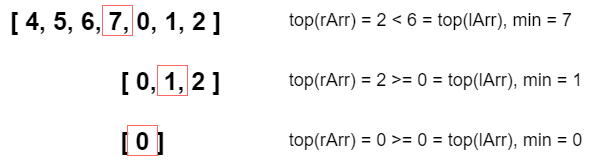
The draw.io diagram Python3/img/MinimumRotatedArr.png in ashiven/leetcode-solutions, before a commit. Source tidied: cells renumbered, new cells last; positions are measured from the earlier drawing's top-left corner, leaving out a move shared by most shapes.
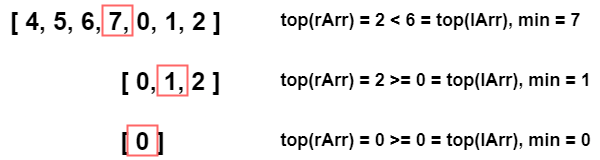
Later version of the same file.

Change to the diagram source:
```diff
@@ -2,35 +2,35 @@
   <root>
     <mxCell id="0" />
     <mxCell id="1" parent="0" />
-    <mxCell id="2" style="group;" parent="1" vertex="1">
-      <mxGeometry width="595" height="160" as="geometry" />
+    <mxCell id="2" style="group;fontStyle=1;strokeWidth=2;" parent="1" vertex="1">
+      <mxGeometry width="600" height="160" as="geometry" />
     </mxCell>
-    <mxCell id="3" value="&lt;font style=&quot;font-size: 25px;&quot;&gt;&lt;b&gt;[ 4, 5, 6, 7, 0, 1, 2 ]&lt;/b&gt;&lt;/font&gt;" style="text;html=1;align=center;verticalAlign=middle;strokeColor=none;fillColor=none;" parent="2" vertex="1">
+    <mxCell id="3" value="&lt;font style=&quot;font-size: 25px;&quot;&gt;&lt;span&gt;[ 4, 5, 6, 7, 0, 1, 2 ]&lt;/span&gt;&lt;/font&gt;" style="text;html=1;align=center;verticalAlign=middle;strokeColor=none;fillColor=none;fontStyle=1;strokeWidth=2;" parent="2" vertex="1">
       <mxGeometry width="230" height="40" as="geometry" />
     </mxCell>
-    <mxCell id="4" style="whiteSpace=wrap;html=1;fillColor=none;strokeColor=#FF6666;" parent="2" vertex="1">
+    <mxCell id="4" style="whiteSpace=wrap;html=1;fillColor=none;strokeColor=#FF6666;fontStyle=1;strokeWidth=2;" parent="2" vertex="1">
       <mxGeometry x="102" y="5" width="30" height="30" as="geometry" />
     </mxCell>
-    <mxCell id="5" value="&lt;font style=&quot;font-size: 18px;&quot;&gt;top(rArr) = 2 &amp;lt; 6 = top(lArr), min = 7&lt;/font&gt;" style="text;html=1;align=center;verticalAlign=middle;strokeColor=none;fillColor=none;" parent="2" vertex="1">
-      <mxGeometry x="275" width="310" height="40" as="geometry" />
+    <mxCell id="5" value="&lt;font style=&quot;font-size: 18px;&quot;&gt;top(rArr) = 2 &amp;lt; 6 = top(lArr), min = 7&lt;/font&gt;" style="text;html=1;align=center;verticalAlign=middle;strokeColor=none;fillColor=none;fontStyle=1;strokeWidth=2;" parent="2" vertex="1">
+      <mxGeometry x="270" width="320" height="40" as="geometry" />
     </mxCell>
-    <mxCell id="6" value="&lt;font style=&quot;font-size: 25px;&quot;&gt;&lt;b&gt;[ 0, 1, 2 ]&lt;/b&gt;&lt;/font&gt;" style="text;html=1;align=center;verticalAlign=middle;strokeColor=none;fillColor=none;" parent="2" vertex="1">
+    <mxCell id="6" value="&lt;font style=&quot;font-size: 25px;&quot;&gt;&lt;span&gt;[ 0, 1, 2 ]&lt;/span&gt;&lt;/font&gt;" style="text;html=1;align=center;verticalAlign=middle;strokeColor=none;fillColor=none;fontStyle=1;strokeWidth=2;" parent="2" vertex="1">
       <mxGeometry x="110" y="60" width="120" height="40" as="geometry" />
     </mxCell>
-    <mxCell id="7" style="whiteSpace=wrap;html=1;fillColor=none;strokeColor=#FF6666;" parent="2" vertex="1">
+    <mxCell id="7" style="whiteSpace=wrap;html=1;fillColor=none;strokeColor=#FF6666;fontStyle=1;strokeWidth=2;" parent="2" vertex="1">
       <mxGeometry x="157" y="65" width="30" height="30" as="geometry" />
     </mxCell>
-    <mxCell id="8" value="&lt;font style=&quot;font-size: 18px;&quot;&gt;top(rArr) = 2 &amp;gt;= 0 = top(lArr), min = 1&lt;/font&gt;" style="text;html=1;align=center;verticalAlign=middle;strokeColor=none;fillColor=none;" parent="2" vertex="1">
-      <mxGeometry x="275" y="60" width="320" height="40" as="geometry" />
+    <mxCell id="8" value="&lt;font style=&quot;font-size: 18px;&quot;&gt;top(rArr) = 2 &amp;gt;= 0 = top(lArr), min = 1&lt;/font&gt;" style="text;html=1;align=center;verticalAlign=middle;strokeColor=none;fillColor=none;fontStyle=1;strokeWidth=2;" parent="2" vertex="1">
+      <mxGeometry x="270" y="60" width="330" height="40" as="geometry" />
     </mxCell>
-    <mxCell id="9" value="&lt;font style=&quot;font-size: 25px;&quot;&gt;&lt;b&gt;[ 0 ]&lt;/b&gt;&lt;/font&gt;" style="text;html=1;align=center;verticalAlign=middle;strokeColor=none;fillColor=none;" parent="2" vertex="1">
+    <mxCell id="9" value="&lt;font style=&quot;font-size: 25px;&quot;&gt;&lt;span&gt;[ 0 ]&lt;/span&gt;&lt;/font&gt;" style="text;html=1;align=center;verticalAlign=middle;strokeColor=none;fillColor=none;fontStyle=1;strokeWidth=2;" parent="2" vertex="1">
       <mxGeometry x="107" y="120" width="70" height="40" as="geometry" />
     </mxCell>
-    <mxCell id="10" style="whiteSpace=wrap;html=1;fillColor=none;strokeColor=#FF6666;" parent="2" vertex="1">
+    <mxCell id="10" style="whiteSpace=wrap;html=1;fillColor=none;strokeColor=#FF6666;fontStyle=1;strokeWidth=2;" parent="2" vertex="1">
       <mxGeometry x="127" y="125" width="30" height="30" as="geometry" />
     </mxCell>
-    <mxCell id="11" value="&lt;font style=&quot;font-size: 18px;&quot;&gt;top(rArr) = 0 &amp;gt;= 0 = top(lArr), min = 0&lt;/font&gt;" style="text;html=1;align=center;verticalAlign=middle;strokeColor=none;fillColor=none;" parent="2" vertex="1">
-      <mxGeometry x="275" y="120" width="320" height="40" as="geometry" />
+    <mxCell id="11" value="&lt;font style=&quot;font-size: 18px;&quot;&gt;top(rArr) = 0 &amp;gt;= 0 = top(lArr), min = 0&lt;/font&gt;" style="text;html=1;align=center;verticalAlign=middle;strokeColor=none;fillColor=none;fontStyle=1;strokeWidth=2;" parent="2" vertex="1">
+      <mxGeometry x="270" y="120" width="330" height="40" as="geometry" />
     </mxCell>
   </root>
 </mxGraphModel>
```
